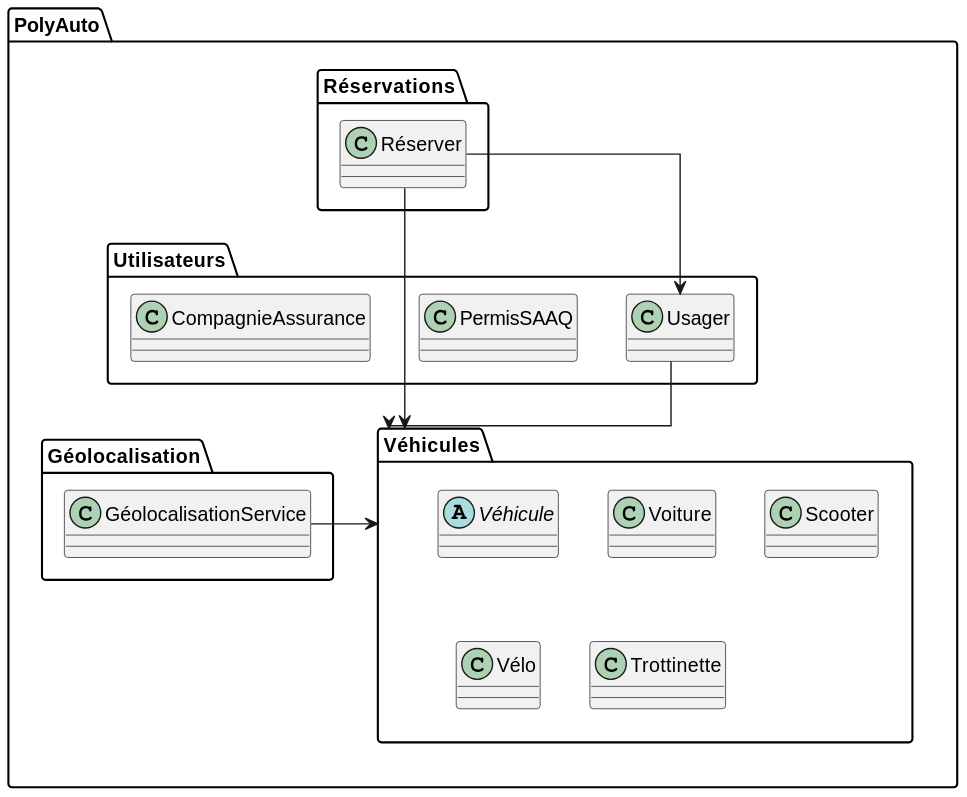
The PlantUML diagram out/plant_uml/exempleDiagPaquet/exempleDiagPaquet.svg in gigl-uml/Guide_uml_polymtl, before a commit. The source it was exported from:
```plantuml
@startuml
skinparam linetype polyline
 skinparam linetype ortho
 skinparam backgroundcolor transparent

package "PolyAuto" {
    skinparam backgroundcolor transparent
    skinparam classAttributeIconSize 0
    package "Utilisateurs" {
        class Usager
        class PermisSAAQ
        class CompagnieAssurance
    }
    package "Véhicules" {
        abstract class Véhicule
        class Voiture
        class Scooter
        class Vélo
        class Trottinette
    }
    package "Réservations" {
        class Réserver
    }
    package "Géolocalisation" {
        class GéolocalisationService
    }

    Usager --> Véhicules
    Réserver --> Usager
    Réserver -> Véhicules
    GéolocalisationService -> Véhicules
}
@enduml
```
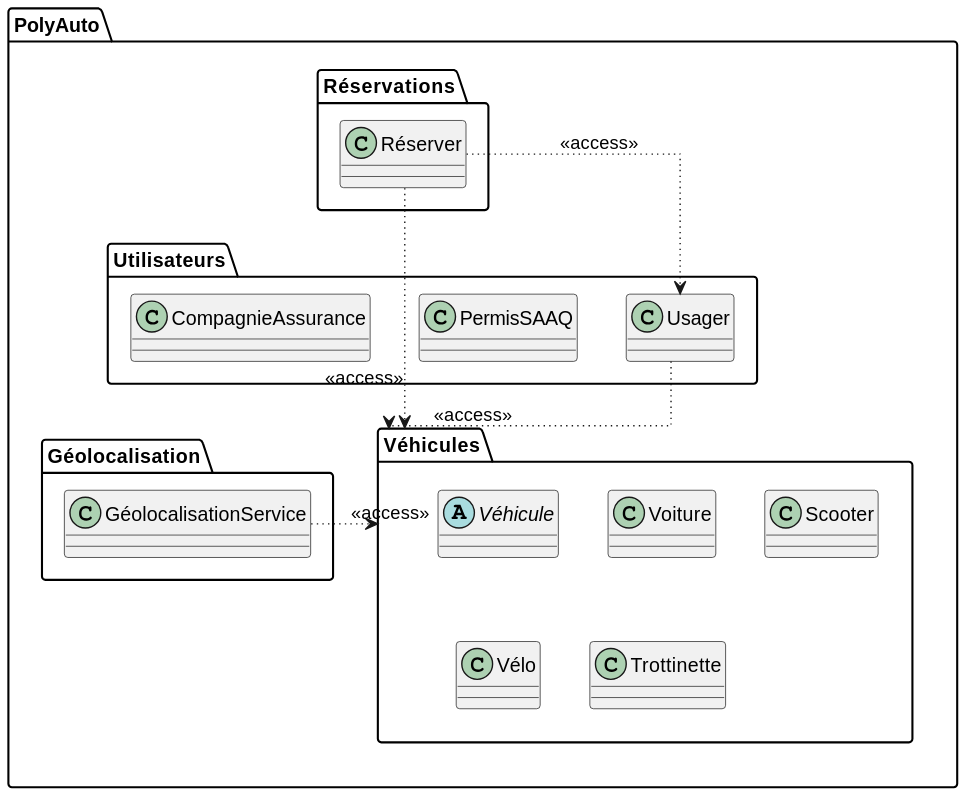
After the commit.

Commit message:
export diag svg

The edit, as a diff of the source:
```diff
@@ -25,9 +25,9 @@
         class GéolocalisationService
     }
 
-    Usager --> Véhicules
-    Réserver --> Usager
-    Réserver -> Véhicules
-    GéolocalisationService -> Véhicules
+    Usager -[dotted]-> Véhicules : <<access>>
+    Réserver -[dotted]-> Usager : <<access>>
+    Réserver -[dotted]> Véhicules : <<access>>
+    GéolocalisationService -[dotted]> Véhicules : <<access>>
 }
 @enduml
```
